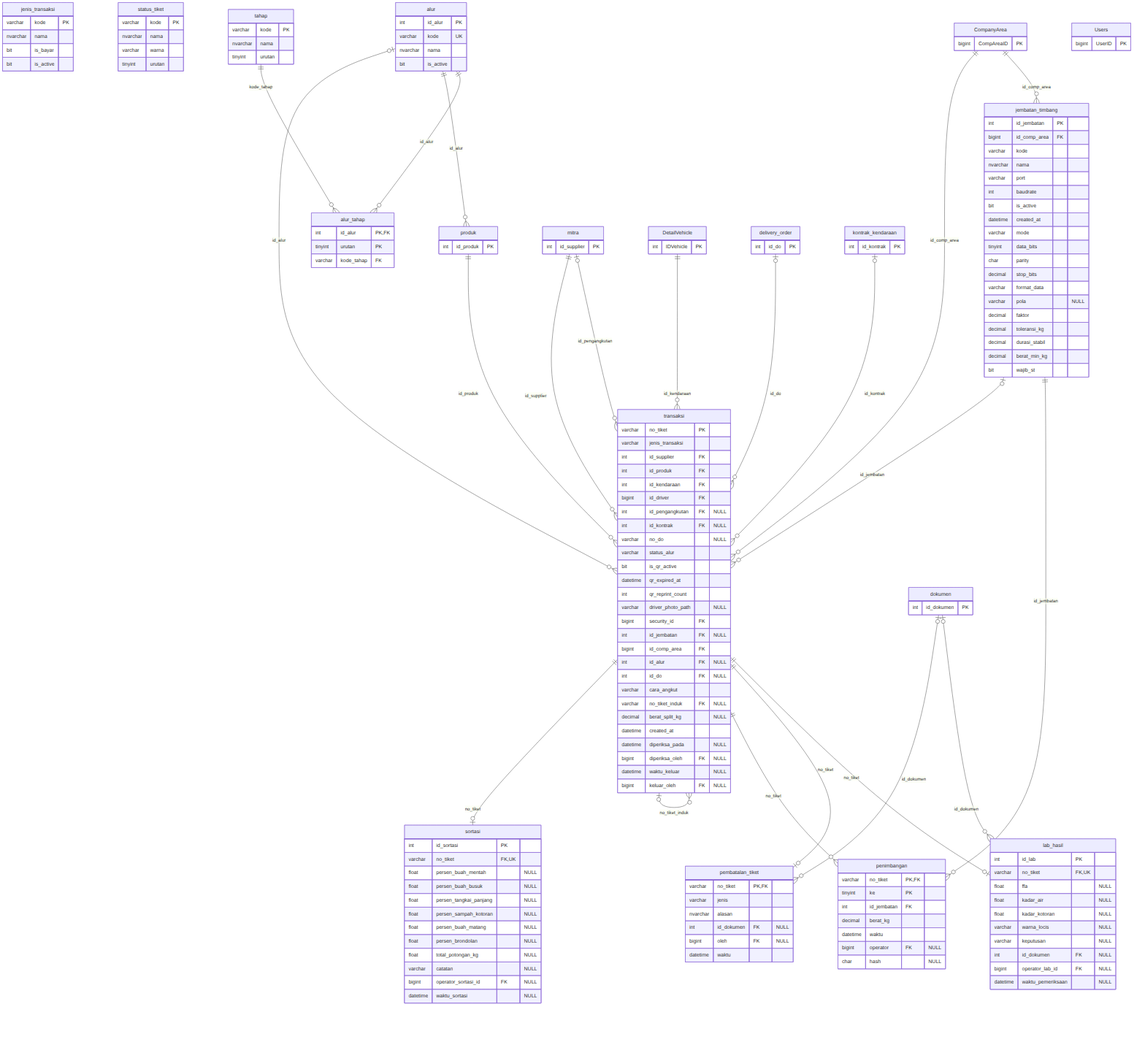
aetheriin/timbangan_sawit_v2 keeps this Mermaid diagram as docs/erd/04_proses_tiket.png. Above is the earlier version. Its source is kept beside it as docs/erd/04_proses_tiket.mmd.
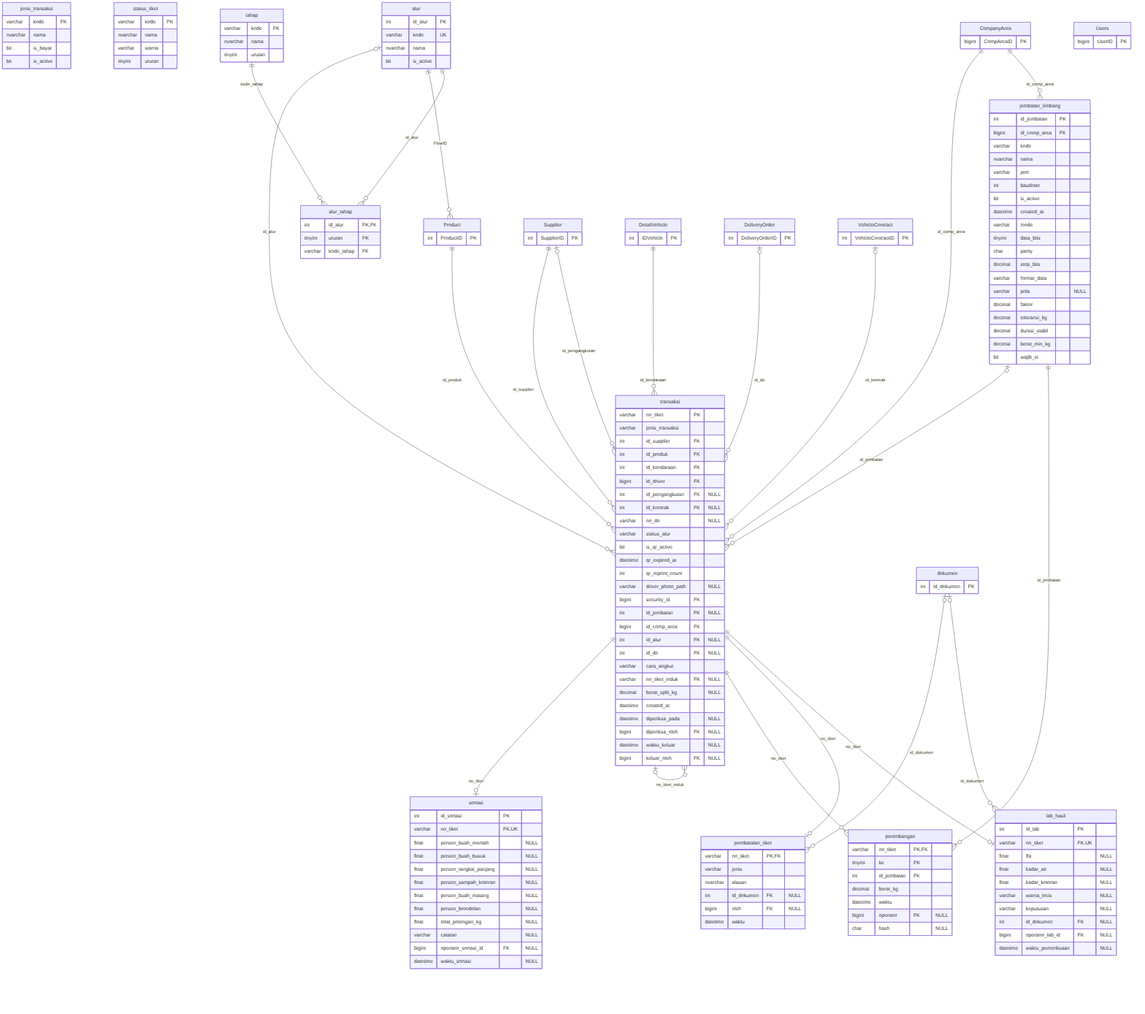
After the change.

Change to the diagram source:
```diff
@@ -123,20 +123,20 @@
         bigint oleh FK "NULL"
         datetime waktu
     }
-    produk {
-        int id_produk PK
+    Product {
+        int ProductID PK
     }
-    mitra {
-        int id_supplier PK
+    Supplier {
+        int SupplierID PK
     }
     DetailVehicle {
         int IDVehicle PK
     }
-    delivery_order {
-        int id_do PK
+    DeliveryOrder {
+        int DeliveryOrderID PK
     }
-    kontrak_kendaraan {
-        int id_kontrak PK
+    VehicleContract {
+        int VehicleContractID PK
     }
     dokumen {
         int id_dokumen PK
@@ -153,15 +153,15 @@
     transaksi ||--o| pembatalan_tiket : "no_tiket"
     jembatan_timbang ||--o{ penimbangan : "id_jembatan"
     transaksi ||--o{ penimbangan : "no_tiket"
-    alur ||--o{ produk : "id_alur"
+    alur ||--o{ Product : "FlowID"
     transaksi ||--o| sortasi : "no_tiket"
     alur |o--o{ transaksi : "id_alur"
     CompanyArea ||--o{ transaksi : "id_comp_area"
-    delivery_order |o--o{ transaksi : "id_do"
+    DeliveryOrder |o--o{ transaksi : "id_do"
     jembatan_timbang |o--o{ transaksi : "id_jembatan"
     DetailVehicle ||--o{ transaksi : "id_kendaraan"
-    kontrak_kendaraan |o--o{ transaksi : "id_kontrak"
-    mitra |o--o{ transaksi : "id_pengangkutan"
-    produk ||--o{ transaksi : "id_produk"
-    mitra ||--o{ transaksi : "id_supplier"
+    VehicleContract |o--o{ transaksi : "id_kontrak"
+    Supplier |o--o{ transaksi : "id_pengangkutan"
+    Product ||--o{ transaksi : "id_produk"
+    Supplier ||--o{ transaksi : "id_supplier"
     transaksi |o--o{ transaksi : "no_tiket_induk"
```
